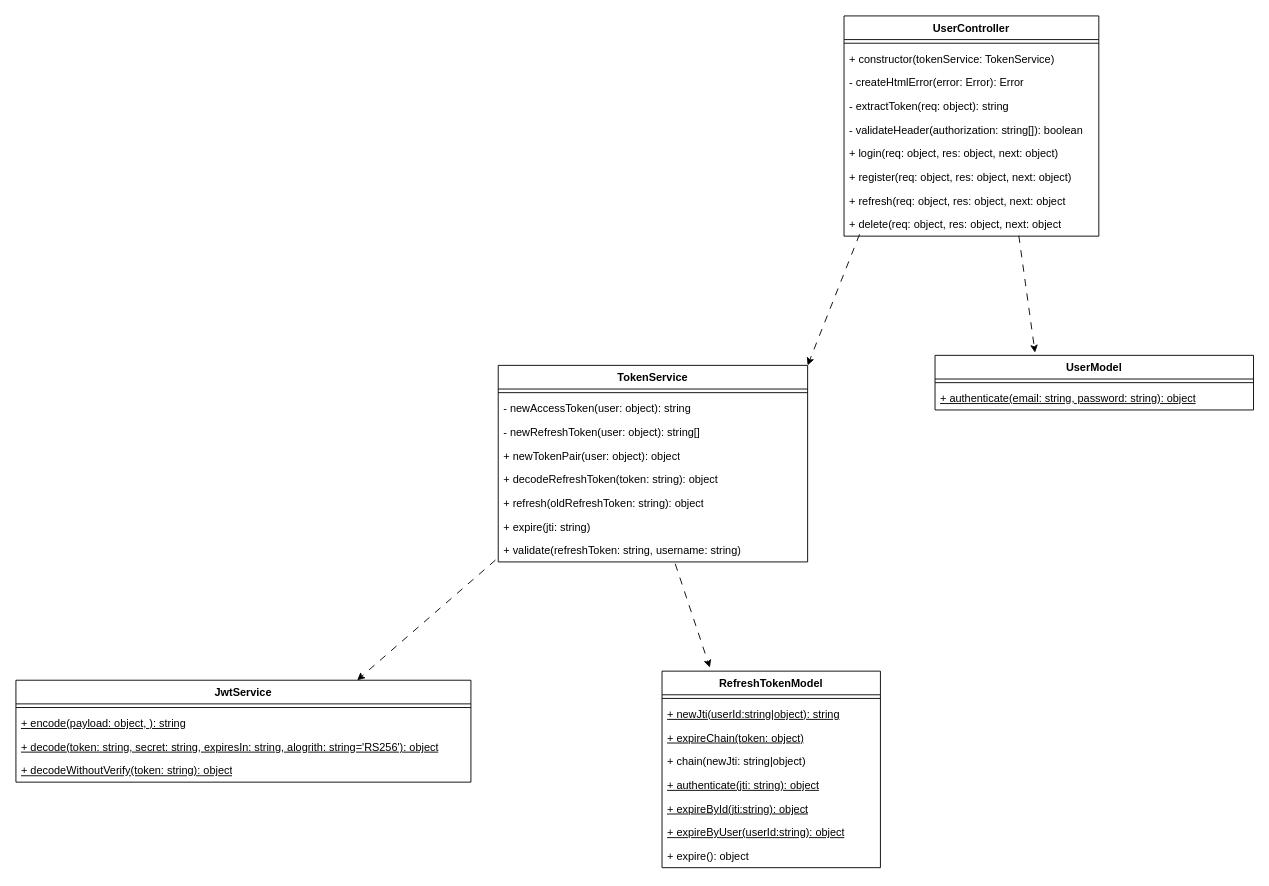
Earlier version of the draw.io diagram .readme/class_diagram.drawio (JuliaLind/1dv613-auth-server). Source tidied: cells renumbered, new cells numbered last; positions are measured from the earlier drawing's top-left corner, leaving out a move shared by most shapes. Both pictures are drawn from the tidied source at 91%, with x=0, y=0 at pixel (15, 15).
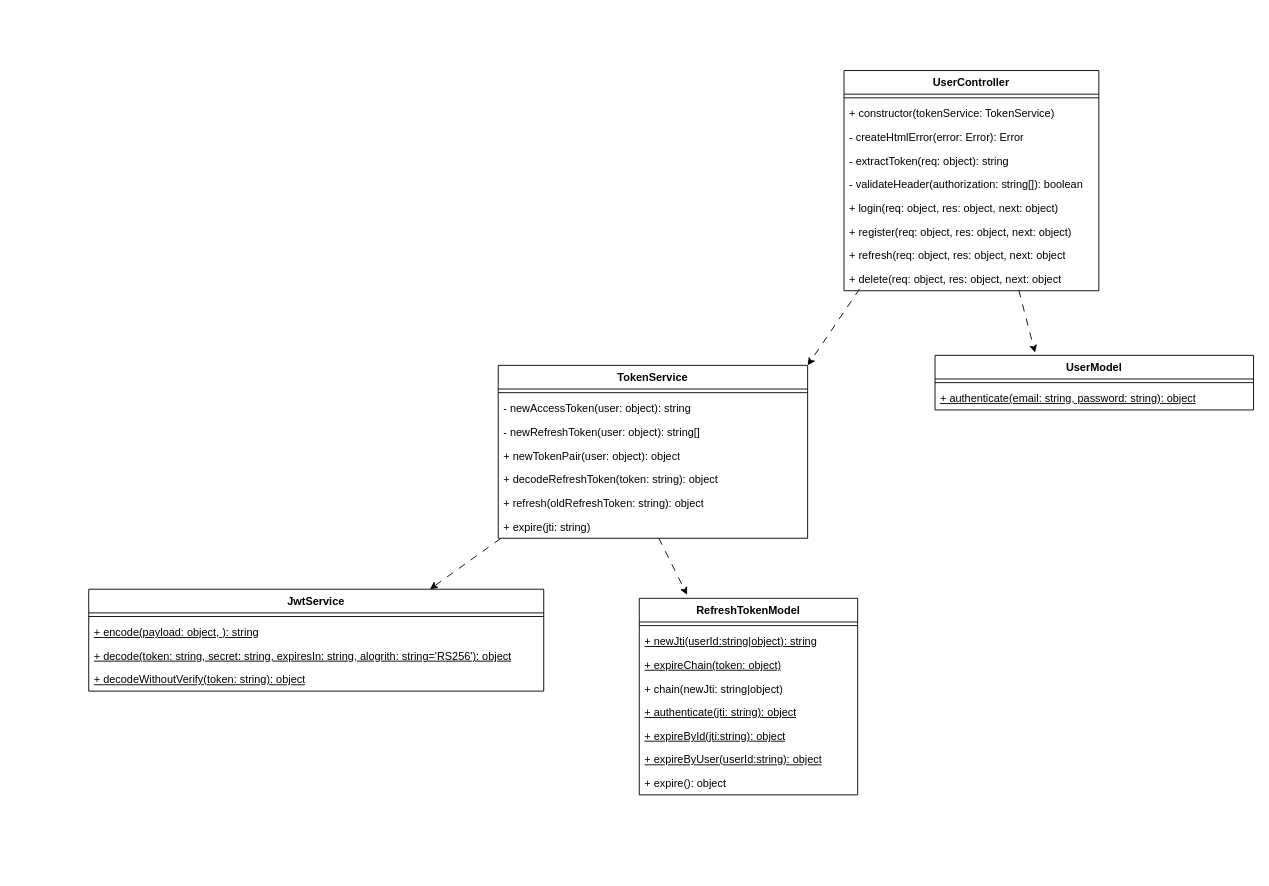
The same diagram, later.

Commit message (it also covers changes not shown here):
Simplify delete user process, updated readme and class diagram

The change refers to these unchanged cells:
```xml
<mxCell id="14" value="+ expire(jti: string)" style="text;strokeColor=none;fillColor=none;align=left;verticalAlign=top;spacingLeft=4;spacingRight=4;overflow=hidden;points=[[0,0.5],[1,0.5]];portConstraint=eastwest;whiteSpace=wrap;html=1;" parent="7" vertex="1">
  <mxGeometry y="164" width="340" height="26" as="geometry" />
</mxCell>
```

Diff of the diagram source:
```diff
@@
     <mxCell id="2" value="JwtService" style="swimlane;fontStyle=1;align=center;verticalAlign=top;horizontal=1;startSize=26;whiteSpace=wrap;html=1;" parent="1" vertex="1">
-      <mxGeometry y="730" width="500" height="112" as="geometry" />
+      <mxGeometry x="80" y="630" width="500" height="112" as="geometry" />
     </mxCell>
@@
     <mxCell id="7" value="TokenService" style="swimlane;fontStyle=1;align=center;verticalAlign=top;horizontal=1;startSize=26;whiteSpace=wrap;html=1;" parent="1" vertex="1">
-      <mxGeometry x="530" y="384" width="340" height="216" as="geometry" />
+      <mxGeometry x="530" y="384" width="340" height="190" as="geometry" />
     </mxCell>
@@
-    <mxCell id="15" value="+ validate(refreshToken: string, username: string)" style="text;strokeColor=none;fillColor=none;align=left;verticalAlign=top;spacingLeft=4;spacingRight=4;overflow=hidden;points=[[0,0.5],[1,0.5]];portConstraint=eastwest;whiteSpace=wrap;html=1;" parent="7" vertex="1">
-      <mxGeometry y="190" width="340" height="26" as="geometry" />
-    </mxCell>
-    <mxCell id="16" style="endArrow=classic;html=1;rounded=0;entryX=0.75;entryY=0;entryDx=0;entryDy=0;dashed=1;dashPattern=8 8;exitX=-0.009;exitY=0.923;exitDx=0;exitDy=0;exitPerimeter=0;" parent="1" edge="1" source="15" target="2">
+    <mxCell id="16" style="endArrow=classic;html=1;rounded=0;entryX=0.75;entryY=0;entryDx=0;entryDy=0;dashed=1;dashPattern=8 8;exitX=0.007;exitY=1.019;exitDx=0;exitDy=0;exitPerimeter=0;" parent="1" edge="1" source="14" target="2">
       <mxGeometry relative="1" as="geometry" />
     </mxCell>
@@
     <mxCell id="20" value="RefreshTokenModel" style="swimlane;fontStyle=1;align=center;verticalAlign=top;horizontal=1;startSize=26;whiteSpace=wrap;html=1;" parent="1" vertex="1">
-      <mxGeometry x="710" y="720" width="240" height="216" as="geometry" />
+      <mxGeometry x="685" y="640" width="240" height="216" as="geometry" />
     </mxCell>
@@
-    <mxCell id="29" style="rounded=0;jettySize=auto;html=1;exitX=0.572;exitY=1.077;exitDx=0;exitDy=0;entryX=0.219;entryY=-0.018;entryDx=0;entryDy=0;entryPerimeter=0;dashed=1;dashPattern=8 8;exitPerimeter=0;" parent="1" edge="1" source="15" target="20">
+    <mxCell id="29" style="rounded=0;jettySize=auto;html=1;entryX=0.219;entryY=-0.018;entryDx=0;entryDy=0;entryPerimeter=0;dashed=1;dashPattern=8 8;" parent="1" edge="1" source="14" target="20">
       <mxGeometry relative="1" as="geometry" />
     </mxCell>
@@
     <mxCell id="31" value="UserController" style="swimlane;fontStyle=1;align=center;verticalAlign=top;horizontal=1;startSize=26;whiteSpace=wrap;html=1;" parent="1" vertex="1">
-      <mxGeometry x="910" width="280" height="242" as="geometry" />
+      <mxGeometry x="910" y="60" width="280" height="242" as="geometry" />
     </mxCell>
```
